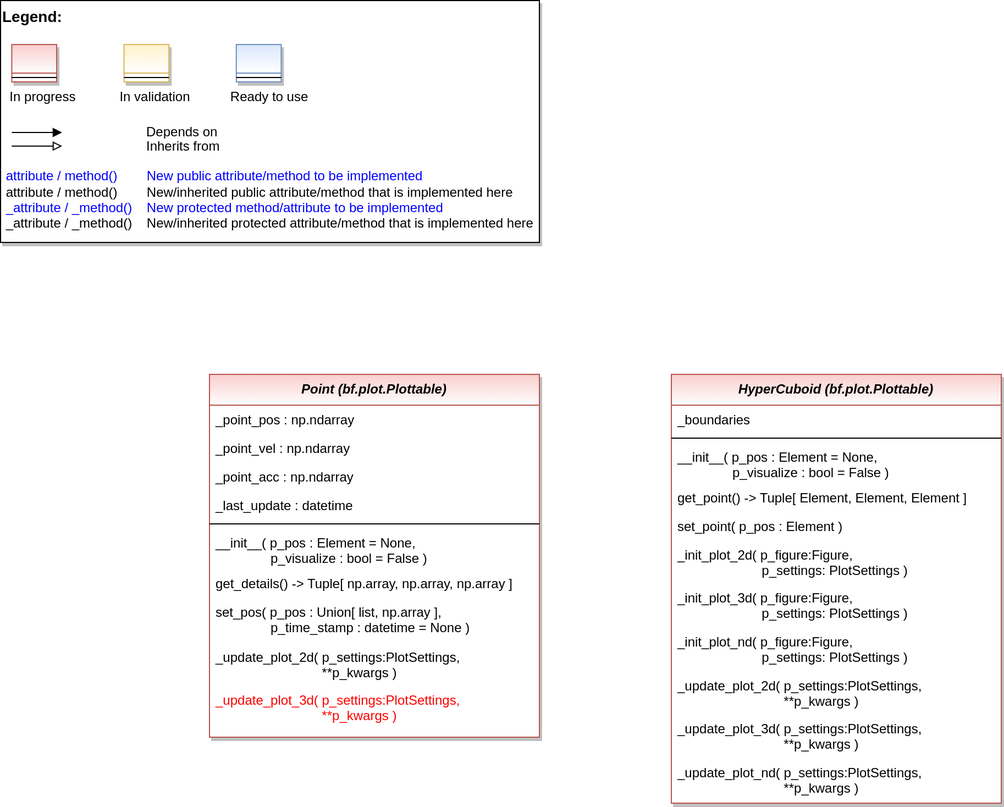
Above: doc/rtd/content/99_appendices/appendix2/sub/core/mlpro_bf/layer2_mathematics/images/MLPro-BF-Math-Geometry_class_diagram.drawio.png in fhswf/MLPro (draw.io), before the change. Source tidied: cells renumbered, new cells last; positions are measured from the earlier drawing's top-left corner, leaving out a move shared by most shapes.
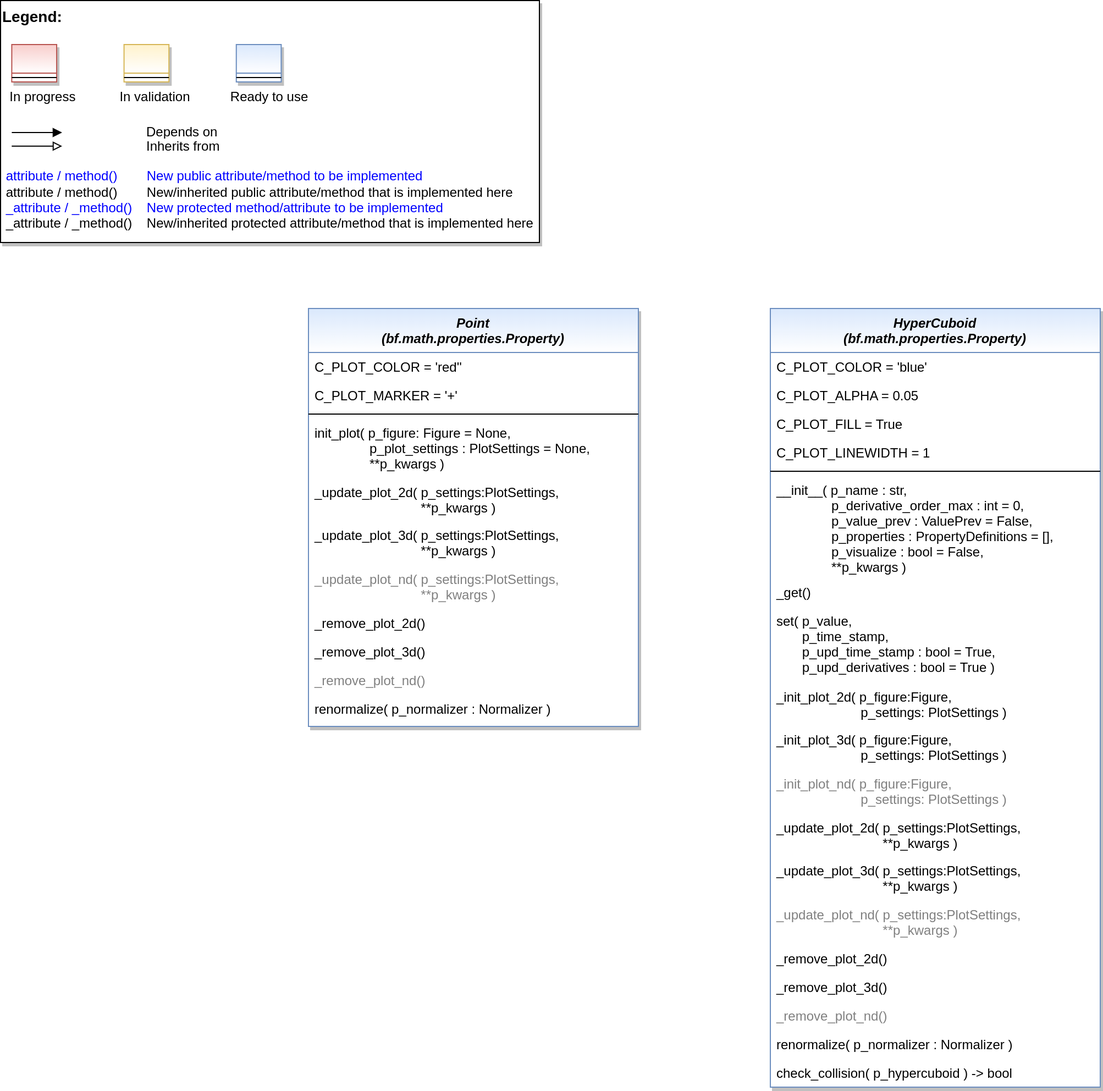
After the change.

Commit message:
class diagram for bf.math.geometry.*

What changed in the source:
```diff
@@ -1,8 +1,8 @@
 <mxGraphModel>
   <root>
-    <mxCell id="0" />
-    <mxCell id="1" parent="0" />
+    <mxCell id="35" />
+    <mxCell id="36" parent="35" />
-    <mxCell id="2" style="group;" parent="1" vertex="1">
+    <mxCell id="2" style="group;" parent="36" vertex="1">
       <mxGeometry width="490" height="220" as="geometry" />
     </mxCell>
     <mxCell id="3" value="&lt;font color=&quot;#000000&quot; size=&quot;1&quot;&gt;&lt;b style=&quot;font-size: 14px&quot;&gt;Legend:&lt;br&gt;&lt;/b&gt;&lt;/font&gt;&lt;br&gt;&lt;br&gt;&lt;br&gt;&lt;font color=&quot;#0000ff&quot; style=&quot;font-size: 6px&quot;&gt;&lt;br&gt;&lt;/font&gt;&lt;span style=&quot;color: rgb(0 , 0 , 0)&quot;&gt;&lt;font style=&quot;font-size: 4px&quot;&gt;&amp;nbsp; &amp;nbsp;&lt;/font&gt;&amp;nbsp;In progress&amp;nbsp; &amp;nbsp; &amp;nbsp; &amp;nbsp; &amp;nbsp; &amp;nbsp; In validation&amp;nbsp; &amp;nbsp; &amp;nbsp; &amp;nbsp; &amp;nbsp; &amp;nbsp;Ready to use&lt;/span&gt;&lt;font color=&quot;#000000&quot;&gt;&amp;nbsp;&lt;br&gt;&lt;/font&gt;&lt;font color=&quot;#0000ff&quot;&gt;&lt;br&gt;&lt;br&gt;&lt;br&gt;&lt;br&gt;&amp;nbsp;attribute / method()&amp;nbsp; &amp;nbsp; &amp;nbsp; &amp;nbsp; New public attribute/method to be implemented&lt;/font&gt;&lt;br&gt;&lt;font color=&quot;#000000&quot;&gt;&amp;nbsp;&lt;/font&gt;&lt;font color=&quot;#000000&quot;&gt;attribute / method()&lt;span&gt;&#9;&lt;/span&gt;&amp;nbsp; &amp;nbsp; &amp;nbsp; &amp;nbsp;New/inherited public attribute/method that is implemented here&lt;br&gt;&lt;/font&gt;&lt;font color=&quot;#0000ff&quot;&gt;&amp;nbsp;_attribute /&amp;nbsp;&lt;/font&gt;&lt;font color=&quot;#0000ff&quot;&gt;_method()&amp;nbsp; &amp;nbsp; New protected method/attribute to be implemented&lt;/font&gt;&lt;br&gt;&lt;font color=&quot;#000000&quot;&gt;&amp;nbsp;_attribute / _method()&amp;nbsp; &amp;nbsp; New/inherited protected attribute/method that is implemented here&lt;br&gt;&lt;/font&gt;&lt;font color=&quot;#000000&quot;&gt;&lt;br&gt;&lt;br&gt;&lt;br&gt;&lt;br&gt;&lt;br&gt;&lt;/font&gt;" style="text;html=1;align=left;verticalAlign=top;whiteSpace=wrap;rounded=0;fontColor=#006600;strokeColor=#000000;shadow=1;fillColor=#ffffff;" parent="2" vertex="1">
@@ -28,89 +28,116 @@
     <mxCell id="6" style="swimlane;fontStyle=3;align=center;verticalAlign=top;horizontal=1;startSize=26;rounded=0;shadow=1;strokeWidth=1;fillColor=#f8cecc;strokeColor=#b85450;gradientColor=#ffffff;swimlaneFillColor=#ffffff;" parent="2" vertex="1">
       <mxGeometry x="10.2" y="40" width="40.8" height="34" as="geometry" />
     </mxCell>
-    <mxCell id="7" style="line;html=1;strokeWidth=1;align=left;verticalAlign=middle;spacingTop=-1;spacingLeft=3;spacingRight=3;labelPosition=right;" parent="6" vertex="1">
-      <mxGeometry y="26" width="40.8" height="8" as="geometry" />
-    </mxCell>
+    <mxCell id="37" style="line;html=1;strokeWidth=1;align=left;verticalAlign=middle;spacingTop=-1;spacingLeft=3;spacingRight=3;labelPosition=right;" parent="6" vertex="1">
+      <mxGeometry y="26" width="40.8" height="8" as="geometry" />
+    </mxCell>
     <mxCell id="8" style="swimlane;fontStyle=3;align=center;verticalAlign=top;horizontal=1;startSize=26;rounded=0;shadow=1;strokeWidth=1;fillColor=#fff2cc;strokeColor=#d6b656;gradientColor=#ffffff;swimlaneFillColor=#ffffff;" parent="2" vertex="1">
       <mxGeometry x="112.3" y="40" width="40.8" height="34" as="geometry" />
     </mxCell>
-    <mxCell id="9" style="line;html=1;strokeWidth=1;align=left;verticalAlign=middle;spacingTop=-1;spacingLeft=3;spacingRight=3;labelPosition=right;" parent="8" vertex="1">
-      <mxGeometry y="26" width="40.8" height="8" as="geometry" />
-    </mxCell>
+    <mxCell id="38" style="line;html=1;strokeWidth=1;align=left;verticalAlign=middle;spacingTop=-1;spacingLeft=3;spacingRight=3;labelPosition=right;" parent="8" vertex="1">
+      <mxGeometry y="26" width="40.8" height="8" as="geometry" />
+    </mxCell>
     <mxCell id="10" style="swimlane;fontStyle=3;align=center;verticalAlign=top;horizontal=1;startSize=26;rounded=0;shadow=1;strokeWidth=1;fillColor=#dae8fc;strokeColor=#6c8ebf;gradientColor=#ffffff;swimlaneFillColor=#ffffff;" parent="2" vertex="1">
       <mxGeometry x="214.4" y="40" width="40.8" height="34" as="geometry" />
     </mxCell>
-    <mxCell id="11" style="line;html=1;strokeWidth=1;align=left;verticalAlign=middle;spacingTop=-1;spacingLeft=3;spacingRight=3;labelPosition=right;" parent="10" vertex="1">
-      <mxGeometry y="26" width="40.8" height="8" as="geometry" />
-    </mxCell>
-    <mxCell id="12" value="Point (bf.plot.Plottable)" style="swimlane;fontStyle=3;align=center;verticalAlign=top;horizontal=1;startSize=28;rounded=0;shadow=1;strokeWidth=1;fillColor=#f8cecc;strokeColor=#b85450;swimlaneFillColor=#ffffff;gradientColor=#ffffff;" parent="1" vertex="1">
-      <mxGeometry x="190" y="340" width="300" height="330" as="geometry" />
-    </mxCell>
-    <mxCell id="13" value="_point_pos : np.ndarray" style="text;align=left;verticalAlign=top;spacingLeft=4;spacingRight=4;overflow=hidden;" parent="12" vertex="1">
-      <mxGeometry y="28" width="300" height="26" as="geometry" />
-    </mxCell>
-    <mxCell id="14" value="_point_vel : np.ndarray" style="text;align=left;verticalAlign=top;spacingLeft=4;spacingRight=4;overflow=hidden;" parent="12" vertex="1">
-      <mxGeometry y="54" width="300" height="26" as="geometry" />
-    </mxCell>
-    <mxCell id="15" value="_point_acc : np.ndarray" style="text;align=left;verticalAlign=top;spacingLeft=4;spacingRight=4;overflow=hidden;" parent="12" vertex="1">
-      <mxGeometry y="80" width="300" height="26" as="geometry" />
-    </mxCell>
-    <mxCell id="16" value="_last_update : datetime" style="text;align=left;verticalAlign=top;spacingLeft=4;spacingRight=4;overflow=hidden;" parent="12" vertex="1">
-      <mxGeometry y="106" width="300" height="26" as="geometry" />
-    </mxCell>
-    <mxCell id="17" style="line;html=1;strokeWidth=1;align=left;verticalAlign=middle;spacingTop=-1;spacingLeft=3;spacingRight=3;labelPosition=right;" parent="12" vertex="1">
-      <mxGeometry y="132" width="300" height="8" as="geometry" />
-    </mxCell>
-    <mxCell id="18" value="__init__( p_pos : Element = None,&#10;               p_visualize : bool = False )" style="text;align=left;verticalAlign=top;spacingLeft=4;spacingRight=4;overflow=hidden;fontColor=default;" parent="12" vertex="1">
-      <mxGeometry y="140" width="300" height="37" as="geometry" />
-    </mxCell>
-    <mxCell id="19" value="get_details() -&gt; Tuple[ np.array, np.array, np.array ]" style="text;align=left;verticalAlign=top;spacingLeft=4;spacingRight=4;overflow=hidden;" parent="12" vertex="1">
-      <mxGeometry y="177" width="300" height="26" as="geometry" />
-    </mxCell>
-    <mxCell id="20" value="set_pos( p_pos : Union[ list, np.array ], &#10;               p_time_stamp : datetime = None )" style="text;align=left;verticalAlign=top;spacingLeft=4;spacingRight=4;overflow=hidden;" parent="12" vertex="1">
-      <mxGeometry y="203" width="300" height="41" as="geometry" />
-    </mxCell>
-    <mxCell id="21" value="_update_plot_2d( p_settings:PlotSettings,&#10;                             **p_kwargs )" style="text;align=left;verticalAlign=top;spacingLeft=4;spacingRight=4;overflow=hidden;fontColor=default;" parent="12" vertex="1">
-      <mxGeometry y="244" width="300" height="39" as="geometry" />
-    </mxCell>
-    <mxCell id="22" value="_update_plot_3d( p_settings:PlotSettings,&#10;                             **p_kwargs )" style="text;align=left;verticalAlign=top;spacingLeft=4;spacingRight=4;overflow=hidden;fontColor=#FF0000;" parent="12" vertex="1">
-      <mxGeometry y="283" width="300" height="40" as="geometry" />
-    </mxCell>
-    <mxCell id="23" value="HyperCuboid (bf.plot.Plottable)" style="swimlane;fontStyle=3;align=center;verticalAlign=top;horizontal=1;startSize=28;rounded=0;shadow=1;strokeWidth=1;fillColor=#f8cecc;strokeColor=#b85450;swimlaneFillColor=#ffffff;gradientColor=#ffffff;" parent="1" vertex="1">
-      <mxGeometry x="610" y="340" width="300" height="390" as="geometry" />
-    </mxCell>
-    <mxCell id="24" value="_boundaries" style="text;align=left;verticalAlign=top;spacingLeft=4;spacingRight=4;overflow=hidden;" parent="23" vertex="1">
-      <mxGeometry y="28" width="300" height="26" as="geometry" />
-    </mxCell>
-    <mxCell id="25" style="line;html=1;strokeWidth=1;align=left;verticalAlign=middle;spacingTop=-1;spacingLeft=3;spacingRight=3;labelPosition=right;" parent="23" vertex="1">
-      <mxGeometry y="54" width="300" height="8" as="geometry" />
-    </mxCell>
-    <mxCell id="26" value="__init__( p_pos : Element = None,&#10;               p_visualize : bool = False )" style="text;align=left;verticalAlign=top;spacingLeft=4;spacingRight=4;overflow=hidden;fontColor=default;" parent="23" vertex="1">
-      <mxGeometry y="62" width="300" height="37" as="geometry" />
-    </mxCell>
-    <mxCell id="27" value="get_point() -&gt; Tuple[ Element, Element, Element ]" style="text;align=left;verticalAlign=top;spacingLeft=4;spacingRight=4;overflow=hidden;" parent="23" vertex="1">
-      <mxGeometry y="99" width="300" height="26" as="geometry" />
-    </mxCell>
-    <mxCell id="28" value="set_point( p_pos : Element )" style="text;align=left;verticalAlign=top;spacingLeft=4;spacingRight=4;overflow=hidden;" parent="23" vertex="1">
-      <mxGeometry y="125" width="300" height="26" as="geometry" />
-    </mxCell>
+    <mxCell id="39" style="line;html=1;strokeWidth=1;align=left;verticalAlign=middle;spacingTop=-1;spacingLeft=3;spacingRight=3;labelPosition=right;" parent="10" vertex="1">
+      <mxGeometry y="26" width="40.8" height="8" as="geometry" />
+    </mxCell>
+    <mxCell id="40" value="Point &#10;(bf.math.properties.Property)" style="swimlane;fontStyle=3;align=center;verticalAlign=top;horizontal=1;startSize=40;rounded=0;shadow=1;strokeWidth=1;fillColor=#dae8fc;strokeColor=#6c8ebf;swimlaneFillColor=#ffffff;gradientColor=#FFFFFF;" parent="36" vertex="1">
+      <mxGeometry x="280" y="280" width="300" height="380" as="geometry" />
+    </mxCell>
+    <mxCell id="41" value="C_PLOT_COLOR = 'red''" style="text;align=left;verticalAlign=top;spacingLeft=4;spacingRight=4;overflow=hidden;" parent="40" vertex="1">
+      <mxGeometry y="40" width="300" height="26" as="geometry" />
+    </mxCell>
+    <mxCell id="42" value="C_PLOT_MARKER = '+'" style="text;align=left;verticalAlign=top;spacingLeft=4;spacingRight=4;overflow=hidden;" parent="40" vertex="1">
+      <mxGeometry y="66" width="300" height="26" as="geometry" />
+    </mxCell>
+    <mxCell id="43" style="line;html=1;strokeWidth=1;align=left;verticalAlign=middle;spacingTop=-1;spacingLeft=3;spacingRight=3;labelPosition=right;" parent="40" vertex="1">
+      <mxGeometry y="92" width="300" height="8" as="geometry" />
+    </mxCell>
+    <mxCell id="44" value="init_plot( p_figure: Figure = None, &#10;               p_plot_settings : PlotSettings = None,&#10;               **p_kwargs )" style="text;align=left;verticalAlign=top;spacingLeft=4;spacingRight=4;overflow=hidden;fontColor=default;" parent="40" vertex="1">
+      <mxGeometry y="100" width="300" height="54" as="geometry" />
+    </mxCell>
+    <mxCell id="45" value="_update_plot_2d( p_settings:PlotSettings,&#10;                             **p_kwargs )" style="text;align=left;verticalAlign=top;spacingLeft=4;spacingRight=4;overflow=hidden;fontColor=default;" parent="40" vertex="1">
+      <mxGeometry y="154" width="300" height="39" as="geometry" />
+    </mxCell>
+    <mxCell id="46" value="_update_plot_3d( p_settings:PlotSettings,&#10;                             **p_kwargs )" style="text;align=left;verticalAlign=top;spacingLeft=4;spacingRight=4;overflow=hidden;fontColor=default;" parent="40" vertex="1">
+      <mxGeometry y="193" width="300" height="40" as="geometry" />
+    </mxCell>
+    <mxCell id="47" value="_update_plot_nd( p_settings:PlotSettings,&#10;                             **p_kwargs )" style="text;align=left;verticalAlign=top;spacingLeft=4;spacingRight=4;overflow=hidden;fontColor=#808080;" parent="40" vertex="1">
+      <mxGeometry y="233" width="300" height="40" as="geometry" />
+    </mxCell>
+    <mxCell id="48" value="_remove_plot_2d()" style="text;align=left;verticalAlign=top;spacingLeft=4;spacingRight=4;overflow=hidden;" parent="40" vertex="1">
+      <mxGeometry y="273" width="300" height="26" as="geometry" />
+    </mxCell>
+    <mxCell id="49" value="_remove_plot_3d()" style="text;align=left;verticalAlign=top;spacingLeft=4;spacingRight=4;overflow=hidden;" parent="40" vertex="1">
+      <mxGeometry y="299" width="300" height="26" as="geometry" />
+    </mxCell>
+    <mxCell id="50" value="_remove_plot_nd()" style="text;align=left;verticalAlign=top;spacingLeft=4;spacingRight=4;overflow=hidden;fontColor=#808080;" parent="40" vertex="1">
+      <mxGeometry y="325" width="300" height="26" as="geometry" />
+    </mxCell>
+    <mxCell id="51" value="renormalize( p_normalizer : Normalizer )" style="text;align=left;verticalAlign=top;spacingLeft=4;spacingRight=4;overflow=hidden;" parent="40" vertex="1">
+      <mxGeometry y="351" width="300" height="26" as="geometry" />
+    </mxCell>
+    <mxCell id="52" value="HyperCuboid &#10;(bf.math.properties.Property)" style="swimlane;fontStyle=3;align=center;verticalAlign=top;horizontal=1;startSize=40;rounded=0;shadow=1;strokeWidth=1;fillColor=#dae8fc;strokeColor=#6c8ebf;swimlaneFillColor=#ffffff;gradientColor=#FFFFFF;" parent="36" vertex="1">
+      <mxGeometry x="700" y="280" width="300" height="708" as="geometry" />
+    </mxCell>
+    <mxCell id="53" value="C_PLOT_COLOR = 'blue'" style="text;align=left;verticalAlign=top;spacingLeft=4;spacingRight=4;overflow=hidden;" parent="52" vertex="1">
+      <mxGeometry y="40" width="300" height="26" as="geometry" />
+    </mxCell>
+    <mxCell id="54" value="C_PLOT_ALPHA = 0.05" style="text;align=left;verticalAlign=top;spacingLeft=4;spacingRight=4;overflow=hidden;" parent="52" vertex="1">
+      <mxGeometry y="66" width="300" height="26" as="geometry" />
+    </mxCell>
+    <mxCell id="55" value="C_PLOT_FILL = True" style="text;align=left;verticalAlign=top;spacingLeft=4;spacingRight=4;overflow=hidden;" parent="52" vertex="1">
+      <mxGeometry y="92" width="300" height="26" as="geometry" />
+    </mxCell>
+    <mxCell id="56" value="C_PLOT_LINEWIDTH = 1" style="text;align=left;verticalAlign=top;spacingLeft=4;spacingRight=4;overflow=hidden;" parent="52" vertex="1">
+      <mxGeometry y="118" width="300" height="26" as="geometry" />
+    </mxCell>
+    <mxCell id="57" style="line;html=1;strokeWidth=1;align=left;verticalAlign=middle;spacingTop=-1;spacingLeft=3;spacingRight=3;labelPosition=right;" parent="52" vertex="1">
+      <mxGeometry y="144" width="300" height="8" as="geometry" />
+    </mxCell>
+    <mxCell id="58" value="__init__( p_name : str,&#10;               p_derivative_order_max : int = 0,&#10;               p_value_prev : ValuePrev = False,&#10;               p_properties : PropertyDefinitions = [],&#10;               p_visualize : bool = False,&#10;               **p_kwargs )" style="text;align=left;verticalAlign=top;spacingLeft=4;spacingRight=4;overflow=hidden;fontColor=default;" parent="52" vertex="1">
+      <mxGeometry y="152" width="300" height="93" as="geometry" />
+    </mxCell>
+    <mxCell id="59" value="_get()" style="text;align=left;verticalAlign=top;spacingLeft=4;spacingRight=4;overflow=hidden;" parent="52" vertex="1">
+      <mxGeometry y="245" width="300" height="26" as="geometry" />
+    </mxCell>
+    <mxCell id="60" value="set( p_value,&#10;       p_time_stamp,&#10;       p_upd_time_stamp : bool = True,&#10;       p_upd_derivatives : bool = True )" style="text;align=left;verticalAlign=top;spacingLeft=4;spacingRight=4;overflow=hidden;" parent="52" vertex="1">
+      <mxGeometry y="271" width="300" height="69" as="geometry" />
+    </mxCell>
-    <mxCell id="29" value="_init_plot_2d( p_figure:Figure, &#10;                       p_settings: PlotSettings )" style="text;align=left;verticalAlign=top;spacingLeft=4;spacingRight=4;overflow=hidden;fontColor=default;" parent="23" vertex="1">
-      <mxGeometry y="151" width="300" height="39" as="geometry" />
+    <mxCell id="29" value="_init_plot_2d( p_figure:Figure, &#10;                       p_settings: PlotSettings )" style="text;align=left;verticalAlign=top;spacingLeft=4;spacingRight=4;overflow=hidden;fontColor=default;" parent="52" vertex="1">
+      <mxGeometry y="340" width="300" height="39" as="geometry" />
     </mxCell>
-    <mxCell id="30" value="_init_plot_3d( p_figure:Figure, &#10;                       p_settings: PlotSettings )" style="text;align=left;verticalAlign=top;spacingLeft=4;spacingRight=4;overflow=hidden;fontColor=default;" parent="23" vertex="1">
-      <mxGeometry y="190" width="300" height="40" as="geometry" />
+    <mxCell id="30" value="_init_plot_3d( p_figure:Figure, &#10;                       p_settings: PlotSettings )" style="text;align=left;verticalAlign=top;spacingLeft=4;spacingRight=4;overflow=hidden;fontColor=default;" parent="52" vertex="1">
+      <mxGeometry y="379" width="300" height="40" as="geometry" />
     </mxCell>
-    <mxCell id="31" value="_init_plot_nd( p_figure:Figure, &#10;                       p_settings: PlotSettings )" style="text;align=left;verticalAlign=top;spacingLeft=4;spacingRight=4;overflow=hidden;fontColor=default;" parent="23" vertex="1">
-      <mxGeometry y="230" width="300" height="40" as="geometry" />
+    <mxCell id="31" value="_init_plot_nd( p_figure:Figure, &#10;                       p_settings: PlotSettings )" style="text;align=left;verticalAlign=top;spacingLeft=4;spacingRight=4;overflow=hidden;fontColor=#808080;" parent="52" vertex="1">
+      <mxGeometry y="419" width="300" height="40" as="geometry" />
     </mxCell>
-    <mxCell id="32" value="_update_plot_2d( p_settings:PlotSettings,&#10;                             **p_kwargs )" style="text;align=left;verticalAlign=top;spacingLeft=4;spacingRight=4;overflow=hidden;fontColor=default;" parent="23" vertex="1">
-      <mxGeometry y="270" width="300" height="39" as="geometry" />
-    </mxCell>
-    <mxCell id="33" value="_update_plot_3d( p_settings:PlotSettings,&#10;                             **p_kwargs )" style="text;align=left;verticalAlign=top;spacingLeft=4;spacingRight=4;overflow=hidden;fontColor=default;" parent="23" vertex="1">
-      <mxGeometry y="309" width="300" height="40" as="geometry" />
-    </mxCell>
-    <mxCell id="34" value="_update_plot_nd( p_settings:PlotSettings,&#10;                             **p_kwargs )" style="text;align=left;verticalAlign=top;spacingLeft=4;spacingRight=4;overflow=hidden;fontColor=default;" parent="23" vertex="1">
-      <mxGeometry y="349" width="300" height="40" as="geometry" />
-    </mxCell>
+    <mxCell id="61" value="_update_plot_2d( p_settings:PlotSettings,&#10;                             **p_kwargs )" style="text;align=left;verticalAlign=top;spacingLeft=4;spacingRight=4;overflow=hidden;fontColor=default;" parent="52" vertex="1">
+      <mxGeometry y="459" width="300" height="39" as="geometry" />
+    </mxCell>
+    <mxCell id="62" value="_update_plot_3d( p_settings:PlotSettings,&#10;                             **p_kwargs )" style="text;align=left;verticalAlign=top;spacingLeft=4;spacingRight=4;overflow=hidden;fontColor=default;" parent="52" vertex="1">
+      <mxGeometry y="498" width="300" height="40" as="geometry" />
+    </mxCell>
+    <mxCell id="63" value="_update_plot_nd( p_settings:PlotSettings,&#10;                             **p_kwargs )" style="text;align=left;verticalAlign=top;spacingLeft=4;spacingRight=4;overflow=hidden;fontColor=#808080;" parent="52" vertex="1">
+      <mxGeometry y="538" width="300" height="40" as="geometry" />
+    </mxCell>
+    <mxCell id="64" value="_remove_plot_2d()" style="text;align=left;verticalAlign=top;spacingLeft=4;spacingRight=4;overflow=hidden;" parent="52" vertex="1">
+      <mxGeometry y="578" width="300" height="26" as="geometry" />
+    </mxCell>
+    <mxCell id="65" value="_remove_plot_3d()" style="text;align=left;verticalAlign=top;spacingLeft=4;spacingRight=4;overflow=hidden;" parent="52" vertex="1">
+      <mxGeometry y="604" width="300" height="26" as="geometry" />
+    </mxCell>
+    <mxCell id="66" value="_remove_plot_nd()" style="text;align=left;verticalAlign=top;spacingLeft=4;spacingRight=4;overflow=hidden;fontColor=#808080;" parent="52" vertex="1">
+      <mxGeometry y="630" width="300" height="26" as="geometry" />
+    </mxCell>
+    <mxCell id="67" value="renormalize( p_normalizer : Normalizer )" style="text;align=left;verticalAlign=top;spacingLeft=4;spacingRight=4;overflow=hidden;" parent="52" vertex="1">
+      <mxGeometry y="656" width="300" height="26" as="geometry" />
+    </mxCell>
+    <mxCell id="68" value="check_collision( p_hypercuboid ) -&gt; bool" style="text;align=left;verticalAlign=top;spacingLeft=4;spacingRight=4;overflow=hidden;" parent="52" vertex="1">
+      <mxGeometry y="682" width="300" height="26" as="geometry" />
+    </mxCell>
   </root>
 </mxGraphModel>
```
